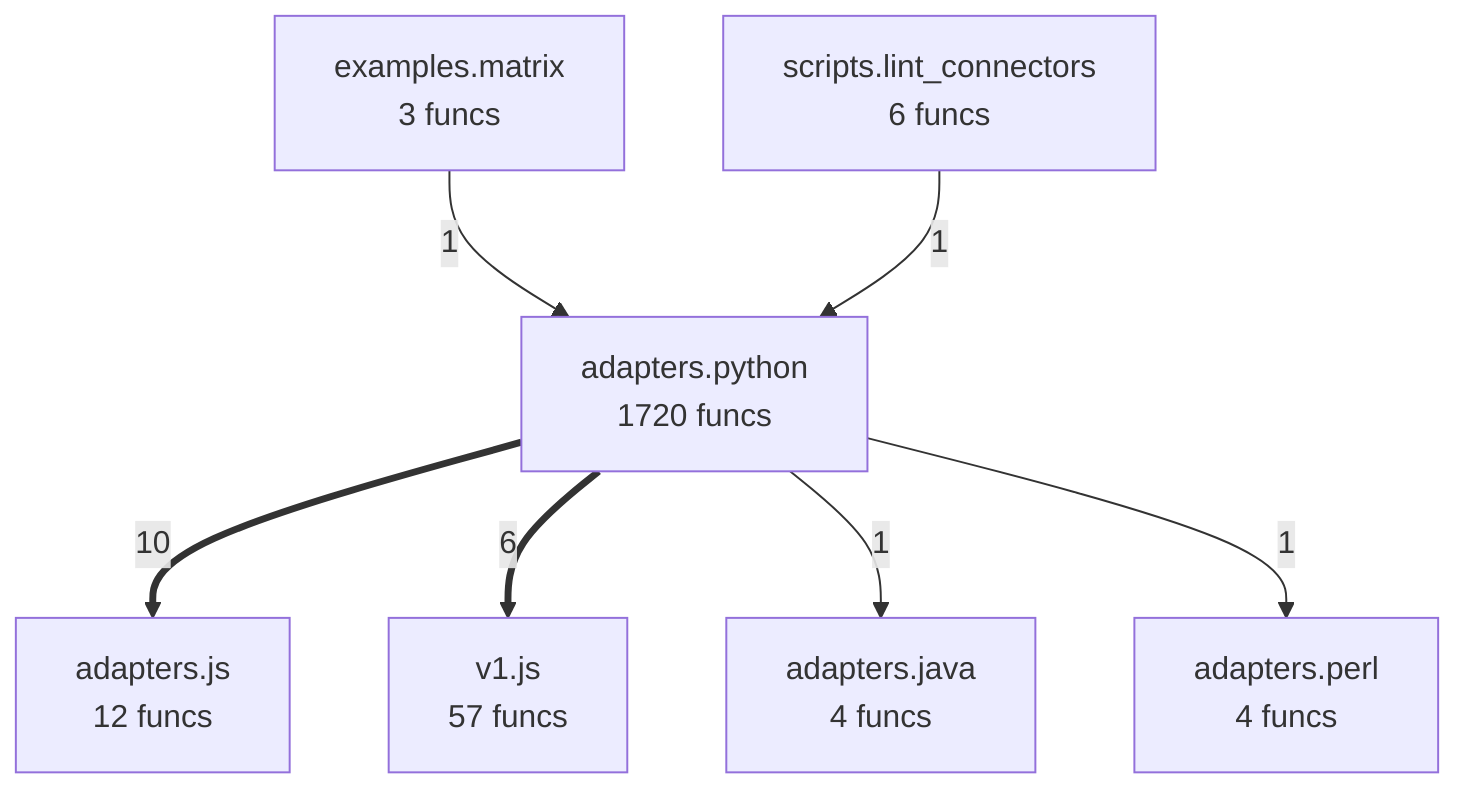
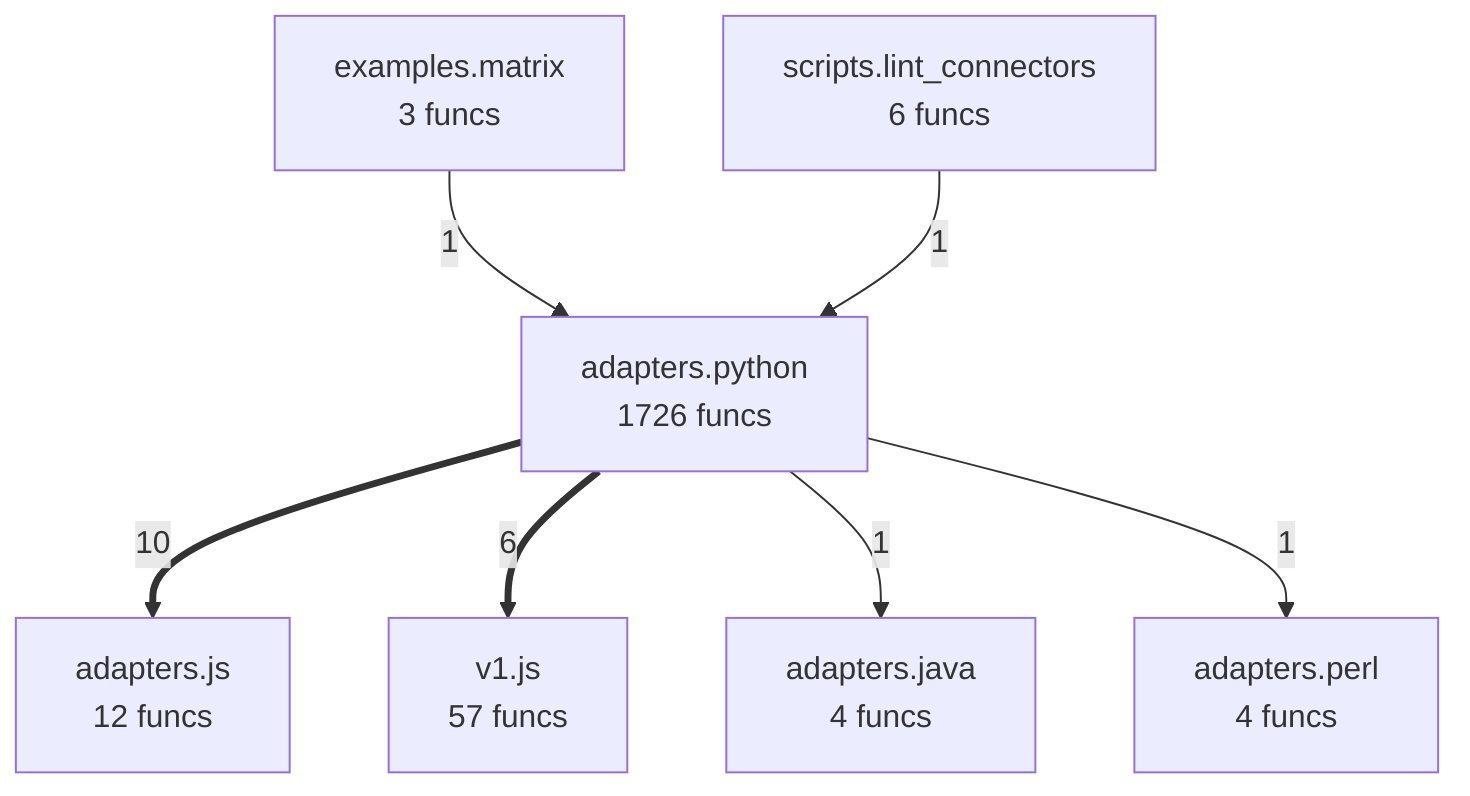
flowchart TD
%% generated in 0.04s
    adapters__java["adapters.java<br/>4 funcs"]
    adapters__js["adapters.js<br/>12 funcs"]
    adapters__perl["adapters.perl<br/>4 funcs"]
-     adapters__python["adapters.python<br/>1720 funcs"]
+     adapters__python["adapters.python<br/>1726 funcs"]
    examples__matrix["examples.matrix<br/>3 funcs"]
    scripts__lint_connectors["scripts.lint_connectors<br/>6 funcs"]
    v1__js["v1.js<br/>57 funcs"]
    adapters__python ==>|10| adapters__js
    adapters__python ==>|6| v1__js
    examples__matrix -->|1| adapters__python
    scripts__lint_connectors -->|1| adapters__python
    adapters__python -->|1| adapters__java
    adapters__python -->|1| adapters__perl
